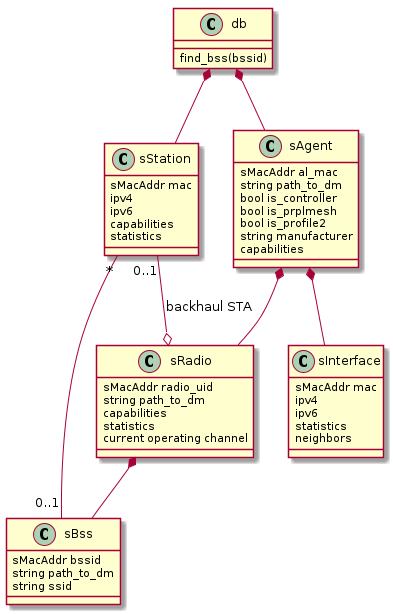
The PlantUML diagram documentation/images/plantuml/controller/database.png in AnoojBiju/Openwrt-Prplmesh, before a commit.
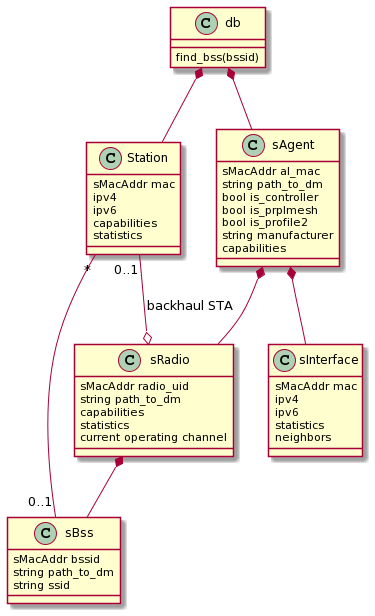
The same diagram one commit later.

Commit message:
controller: db: convert sStation to a class

What changed in the source:
```diff
@@ -1,6 +1,5 @@
 @startuml
-
-class sStation {
+class Station {
   sMacAddr mac
   ipv4
   ipv6
@@ -45,11 +44,10 @@
 }
 
 db *-- sAgent
-db *-- sStation
+db *-- Station
 sAgent *-- sRadio
 sAgent *-- sInterface
 sRadio *-- sBss
-sStation "0..1" --o sRadio :  backhaul STA
-sStation "*" -- "0..1" sBss
-
+Station "0..1" --o sRadio :  backhaul STA
+Station "*" -- "0..1" sBss
 @enduml
```
